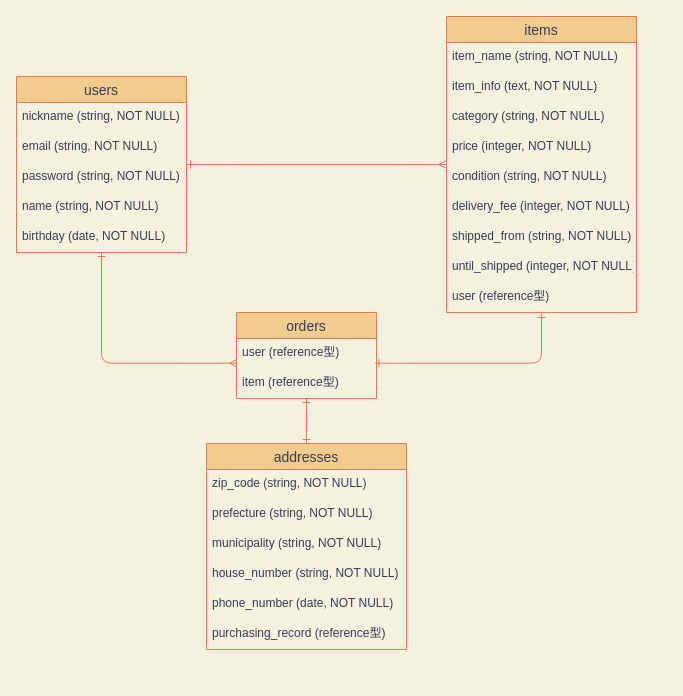
Before: furima.dio in yesiamhayato/furima-32120, a draw.io diagram. Source tidied: cells renumbered, new cells numbered last; positions are measured from the earlier drawing's top-left corner, leaving out a move shared by most shapes. Both pictures are drawn from the tidied source at 100%, with x=0, y=0 at pixel (16, 16).
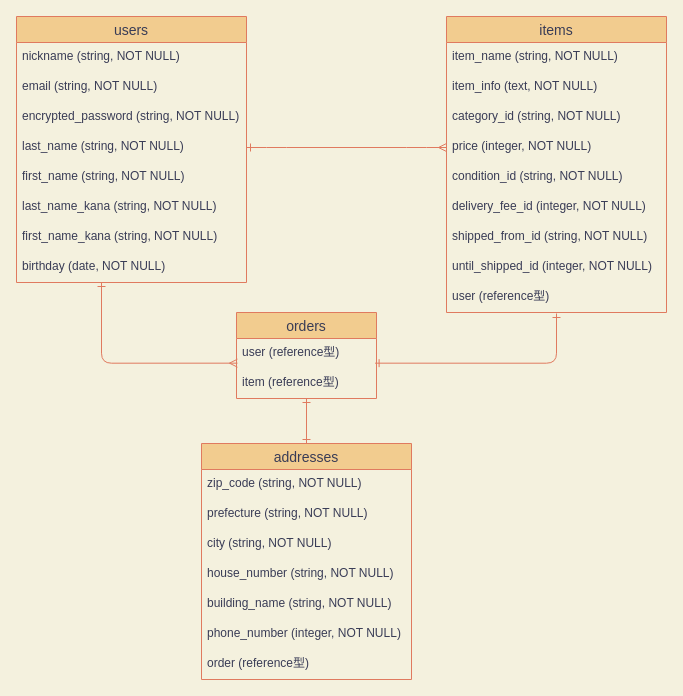
The same page after the edit.

Unchanged cells that the change refers to:
```xml
<mxCell id="24" value="item (reference型)" style="text;strokeColor=none;fillColor=none;spacingLeft=4;spacingRight=4;overflow=hidden;points=[[0,0.5],[1,0.5]];portConstraint=eastwest;fontSize=12;fontColor=#393C56;" parent="22" vertex="1">
  <mxGeometry y="56" width="140" height="30" as="geometry" />
</mxCell>
```

The edit, as a diff of the source:
```diff
@@
-    <mxCell id="2" value="users" style="swimlane;fontStyle=0;horizontal=1;startSize=26;align=center;fontSize=14;fillColor=#F2CC8F;strokeColor=#E07A5F;fontColor=#393C56;" parent="1" vertex="1">
-      <mxGeometry y="60" width="170" height="176" as="geometry" />
-    </mxCell>
-    <mxCell id="3" value="nickname (string, NOT NULL)" style="text;strokeColor=none;fillColor=none;spacingLeft=4;spacingRight=4;overflow=hidden;fontSize=12;fontColor=#393C56;" parent="2" vertex="1">
-      <mxGeometry y="26" width="170" height="30" as="geometry" />
-    </mxCell>
-    <mxCell id="4" value="email (string, NOT NULL)" style="text;strokeColor=none;fillColor=none;spacingLeft=4;spacingRight=4;overflow=hidden;fontSize=12;fontColor=#393C56;" parent="2" vertex="1">
-      <mxGeometry y="56" width="170" height="30" as="geometry" />
-    </mxCell>
-    <mxCell id="5" value="password (string, NOT NULL)" style="text;strokeColor=none;fillColor=none;spacingLeft=4;spacingRight=4;overflow=hidden;fontSize=12;fontColor=#393C56;" parent="2" vertex="1">
-      <mxGeometry y="86" width="170" height="30" as="geometry" />
-    </mxCell>
-    <mxCell id="6" value="name (string, NOT NULL)" style="text;strokeColor=none;fillColor=none;spacingLeft=4;spacingRight=4;overflow=hidden;points=[[0,0.5],[1,0.5]];portConstraint=eastwest;fontSize=12;fontColor=#393C56;" parent="2" vertex="1">
-      <mxGeometry y="116" width="170" height="30" as="geometry" />
-    </mxCell>
-    <mxCell id="7" value="birthday (date, NOT NULL)" style="text;strokeColor=none;fillColor=none;spacingLeft=4;spacingRight=4;overflow=hidden;points=[[0,0.5],[1,0.5]];portConstraint=eastwest;fontSize=12;fontColor=#393C56;" parent="2" vertex="1">
-      <mxGeometry y="146" width="170" height="30" as="geometry" />
-    </mxCell>
-    <mxCell id="8" style="edgeStyle=entityRelationEdgeStyle;fontSize=12;html=1;endArrow=ERmany;startArrow=ERone;startFill=0;endFill=0;labelBackgroundColor=#F4F1DE;strokeColor=#E07A5F;fontColor=#393C56;" parent="1" edge="1" source="2" target="10">
+    <mxCell id="8" style="edgeStyle=entityRelationEdgeStyle;fontSize=12;html=1;endArrow=ERmany;startArrow=ERone;startFill=0;endFill=0;labelBackgroundColor=#F4F1DE;strokeColor=#E07A5F;fontColor=#393C56;entryX=0;entryY=0.5;entryDx=0;entryDy=0;exitX=1;exitY=0.5;exitDx=0;exitDy=0;" parent="1" edge="1" source="6" target="14">
       <mxGeometry relative="1" as="geometry" />
     </mxCell>
@@
     <mxCell id="10" value="items" style="swimlane;fontStyle=0;horizontal=1;startSize=26;align=center;fontSize=14;fillColor=#F2CC8F;strokeColor=#E07A5F;fontColor=#393C56;" parent="1" vertex="1">
-      <mxGeometry x="430" width="190" height="296" as="geometry" />
+      <mxGeometry x="430" width="220" height="296" as="geometry" />
     </mxCell>
     <mxCell id="11" value="item_name (string, NOT NULL)" style="text;strokeColor=none;fillColor=none;spacingLeft=4;spacingRight=4;overflow=hidden;fontSize=12;fontColor=#393C56;" parent="10" vertex="1">
-      <mxGeometry y="26" width="190" height="30" as="geometry" />
+      <mxGeometry y="26" width="220" height="30" as="geometry" />
     </mxCell>
     <mxCell id="12" value="item_info (text, NOT NULL)" style="text;strokeColor=none;fillColor=none;spacingLeft=4;spacingRight=4;overflow=hidden;fontSize=12;fontColor=#393C56;" parent="10" vertex="1">
-      <mxGeometry y="56" width="190" height="30" as="geometry" />
+      <mxGeometry y="56" width="220" height="30" as="geometry" />
     </mxCell>
-    <mxCell id="13" value="category (string, NOT NULL)" style="text;strokeColor=none;fillColor=none;spacingLeft=4;spacingRight=4;overflow=hidden;fontSize=12;fontColor=#393C56;" parent="10" vertex="1">
-      <mxGeometry y="86" width="190" height="30" as="geometry" />
+    <mxCell id="13" value="category_id (string, NOT NULL)" style="text;strokeColor=none;fillColor=none;spacingLeft=4;spacingRight=4;overflow=hidden;fontSize=12;fontColor=#393C56;" parent="10" vertex="1">
+      <mxGeometry y="86" width="220" height="30" as="geometry" />
     </mxCell>
     <mxCell id="14" value="price (integer, NOT NULL)" style="text;strokeColor=none;fillColor=none;spacingLeft=4;spacingRight=4;overflow=hidden;points=[[0,0.5],[1,0.5]];portConstraint=eastwest;fontSize=12;fontColor=#393C56;" parent="10" vertex="1">
-      <mxGeometry y="116" width="190" height="30" as="geometry" />
+      <mxGeometry y="116" width="220" height="30" as="geometry" />
     </mxCell>
-    <mxCell id="15" value="condition (string, NOT NULL)" style="text;strokeColor=none;fillColor=none;spacingLeft=4;spacingRight=4;overflow=hidden;fontSize=12;fontColor=#393C56;" parent="10" vertex="1">
-      <mxGeometry y="146" width="190" height="30" as="geometry" />
+    <mxCell id="15" value="condition_id (string, NOT NULL)" style="text;strokeColor=none;fillColor=none;spacingLeft=4;spacingRight=4;overflow=hidden;fontSize=12;fontColor=#393C56;" parent="10" vertex="1">
+      <mxGeometry y="146" width="220" height="30" as="geometry" />
     </mxCell>
-    <mxCell id="16" value="delivery_fee (integer, NOT NULL)" style="text;strokeColor=none;fillColor=none;spacingLeft=4;spacingRight=4;overflow=hidden;fontSize=12;fontColor=#393C56;" parent="10" vertex="1">
-      <mxGeometry y="176" width="190" height="30" as="geometry" />
+    <mxCell id="16" value="delivery_fee_id (integer, NOT NULL)" style="text;strokeColor=none;fillColor=none;spacingLeft=4;spacingRight=4;overflow=hidden;fontSize=12;fontColor=#393C56;" parent="10" vertex="1">
+      <mxGeometry y="176" width="220" height="30" as="geometry" />
     </mxCell>
-    <mxCell id="17" value="shipped_from (string, NOT NULL)" style="text;strokeColor=none;fillColor=none;spacingLeft=4;spacingRight=4;overflow=hidden;fontSize=12;fontColor=#393C56;" parent="10" vertex="1">
-      <mxGeometry y="206" width="190" height="30" as="geometry" />
+    <mxCell id="17" value="shipped_from_id (string, NOT NULL)" style="text;strokeColor=none;fillColor=none;spacingLeft=4;spacingRight=4;overflow=hidden;fontSize=12;fontColor=#393C56;" parent="10" vertex="1">
+      <mxGeometry y="206" width="220" height="30" as="geometry" />
     </mxCell>
-    <mxCell id="18" value="until_shipped (integer, NOT NULL)" style="text;strokeColor=none;fillColor=none;spacingLeft=4;spacingRight=4;overflow=hidden;fontSize=12;fontColor=#393C56;" parent="10" vertex="1">
-      <mxGeometry y="236" width="190" height="30" as="geometry" />
+    <mxCell id="18" value="until_shipped_id (integer, NOT NULL)" style="text;strokeColor=none;fillColor=none;spacingLeft=4;spacingRight=4;overflow=hidden;fontSize=12;fontColor=#393C56;" parent="10" vertex="1">
+      <mxGeometry y="236" width="220" height="30" as="geometry" />
     </mxCell>
     <mxCell id="19" value="user (reference型)" style="text;strokeColor=none;fillColor=none;spacingLeft=4;spacingRight=4;overflow=hidden;fontSize=12;fontColor=#393C56;" parent="10" vertex="1">
-      <mxGeometry y="266" width="190" height="30" as="geometry" />
+      <mxGeometry y="266" width="220" height="30" as="geometry" />
     </mxCell>
     <mxCell id="20" style="edgeStyle=orthogonalEdgeStyle;fontSize=12;html=1;endArrow=ERone;startArrow=ERone;startFill=0;endFill=0;entryX=0.99;entryY=-0.178;entryDx=0;entryDy=0;entryPerimeter=0;labelBackgroundColor=#F4F1DE;strokeColor=#E07A5F;fontColor=#393C56;" parent="1" edge="1" target="24">
       <mxGeometry relative="1" as="geometry">
-        <mxPoint x="525" y="297" as="sourcePoint" />
+        <mxPoint x="540" y="297" as="sourcePoint" />
         <Array as="points">
-          <mxPoint x="525" y="347" />
+          <mxPoint x="540" y="297" />
+          <mxPoint x="540" y="347" />
         </Array>
       </mxGeometry>
     </mxCell>
@@
+    <mxCell id="2" value="users" style="swimlane;fontStyle=0;horizontal=1;startSize=26;align=center;fontSize=14;fillColor=#F2CC8F;strokeColor=#E07A5F;fontColor=#393C56;" parent="1" vertex="1">
+      <mxGeometry width="230" height="266" as="geometry" />
+    </mxCell>
+    <mxCell id="3" value="nickname (string, NOT NULL)" style="text;strokeColor=none;fillColor=none;spacingLeft=4;spacingRight=4;overflow=hidden;fontSize=12;fontColor=#393C56;" parent="2" vertex="1">
+      <mxGeometry y="26" width="230" height="30" as="geometry" />
+    </mxCell>
+    <mxCell id="4" value="email (string, NOT NULL)" style="text;strokeColor=none;fillColor=none;spacingLeft=4;spacingRight=4;overflow=hidden;fontSize=12;fontColor=#393C56;" parent="2" vertex="1">
+      <mxGeometry y="56" width="230" height="30" as="geometry" />
+    </mxCell>
+    <mxCell id="5" value="encrypted_password (string, NOT NULL)" style="text;strokeColor=none;fillColor=none;spacingLeft=4;spacingRight=4;overflow=hidden;fontSize=12;fontColor=#393C56;" parent="2" vertex="1">
+      <mxGeometry y="86" width="230" height="30" as="geometry" />
+    </mxCell>
+    <mxCell id="6" value="last_name (string, NOT NULL)" style="text;strokeColor=none;fillColor=none;spacingLeft=4;spacingRight=4;overflow=hidden;points=[[0,0.5],[1,0.5]];portConstraint=eastwest;fontSize=12;fontColor=#393C56;" parent="2" vertex="1">
+      <mxGeometry y="116" width="230" height="30" as="geometry" />
+    </mxCell>
+    <mxCell id="32" value="first_name (string, NOT NULL)" style="text;strokeColor=none;fillColor=none;spacingLeft=4;spacingRight=4;overflow=hidden;fontSize=12;fontColor=#393C56;" parent="2" vertex="1">
+      <mxGeometry y="146" width="230" height="30" as="geometry" />
+    </mxCell>
+    <mxCell id="33" value="last_name_kana (string, NOT NULL)" style="text;strokeColor=none;fillColor=none;spacingLeft=4;spacingRight=4;overflow=hidden;fontSize=12;fontColor=#393C56;" parent="2" vertex="1">
+      <mxGeometry y="176" width="230" height="30" as="geometry" />
+    </mxCell>
+    <mxCell id="34" value="first_name_kana (string, NOT NULL)" style="text;strokeColor=none;fillColor=none;spacingLeft=4;spacingRight=4;overflow=hidden;fontSize=12;fontColor=#393C56;" parent="2" vertex="1">
+      <mxGeometry y="206" width="230" height="30" as="geometry" />
+    </mxCell>
+    <mxCell id="7" value="birthday (date, NOT NULL)" style="text;strokeColor=none;fillColor=none;spacingLeft=4;spacingRight=4;overflow=hidden;points=[[0,0.5],[1,0.5]];portConstraint=eastwest;fontSize=12;fontColor=#393C56;" parent="2" vertex="1">
+      <mxGeometry y="236" width="230" height="30" as="geometry" />
+    </mxCell>
     <mxCell id="25" value="addresses" style="swimlane;fontStyle=0;horizontal=1;startSize=26;align=center;fontSize=14;fillColor=#F2CC8F;strokeColor=#E07A5F;fontColor=#393C56;" parent="1" vertex="1">
-      <mxGeometry x="190" y="427" width="200" height="206" as="geometry" />
+      <mxGeometry x="185" y="427" width="210" height="236" as="geometry" />
     </mxCell>
     <mxCell id="26" value="zip_code (string, NOT NULL)" style="text;strokeColor=none;fillColor=none;spacingLeft=4;spacingRight=4;overflow=hidden;fontSize=12;fontColor=#393C56;" parent="25" vertex="1">
-      <mxGeometry y="26" width="200" height="30" as="geometry" />
+      <mxGeometry y="26" width="210" height="30" as="geometry" />
     </mxCell>
     <mxCell id="27" value="prefecture (string, NOT NULL)" style="text;strokeColor=none;fillColor=none;spacingLeft=4;spacingRight=4;overflow=hidden;fontSize=12;fontColor=#393C56;" parent="25" vertex="1">
-      <mxGeometry y="56" width="200" height="30" as="geometry" />
+      <mxGeometry y="56" width="210" height="30" as="geometry" />
     </mxCell>
-    <mxCell id="28" value="municipality (string, NOT NULL)" style="text;strokeColor=none;fillColor=none;spacingLeft=4;spacingRight=4;overflow=hidden;fontSize=12;fontColor=#393C56;" parent="25" vertex="1">
-      <mxGeometry y="86" width="200" height="30" as="geometry" />
+    <mxCell id="28" value="city (string, NOT NULL)" style="text;strokeColor=none;fillColor=none;spacingLeft=4;spacingRight=4;overflow=hidden;fontSize=12;fontColor=#393C56;" parent="25" vertex="1">
+      <mxGeometry y="86" width="210" height="30" as="geometry" />
     </mxCell>
     <mxCell id="29" value="house_number (string, NOT NULL)" style="text;strokeColor=none;fillColor=none;spacingLeft=4;spacingRight=4;overflow=hidden;fontSize=12;fontColor=#393C56;" parent="25" vertex="1">
-      <mxGeometry y="116" width="200" height="30" as="geometry" />
+      <mxGeometry y="116" width="210" height="30" as="geometry" />
     </mxCell>
+    <mxCell id="35" value="building_name (string, NOT NULL)" style="text;strokeColor=none;fillColor=none;spacingLeft=4;spacingRight=4;overflow=hidden;fontSize=12;fontColor=#393C56;" parent="25" vertex="1">
+      <mxGeometry y="146" width="210" height="30" as="geometry" />
+    </mxCell>
-    <mxCell id="30" value="phone_number (date, NOT NULL)" style="text;strokeColor=none;fillColor=none;spacingLeft=4;spacingRight=4;overflow=hidden;fontSize=12;fontColor=#393C56;" parent="25" vertex="1">
-      <mxGeometry y="146" width="200" height="30" as="geometry" />
+    <mxCell id="30" value="phone_number (integer, NOT NULL)" style="text;strokeColor=none;fillColor=none;spacingLeft=4;spacingRight=4;overflow=hidden;fontSize=12;fontColor=#393C56;" parent="25" vertex="1">
+      <mxGeometry y="176" width="210" height="30" as="geometry" />
     </mxCell>
-    <mxCell id="31" value="purchasing_record (reference型)" style="text;strokeColor=none;fillColor=none;spacingLeft=4;spacingRight=4;overflow=hidden;fontSize=12;fontColor=#393C56;" parent="25" vertex="1">
-      <mxGeometry y="176" width="200" height="30" as="geometry" />
+    <mxCell id="31" value="order (reference型)" style="text;strokeColor=none;fillColor=none;spacingLeft=4;spacingRight=4;overflow=hidden;fontSize=12;fontColor=#393C56;" parent="25" vertex="1">
+      <mxGeometry y="206" width="210" height="30" as="geometry" />
     </mxCell>
```
